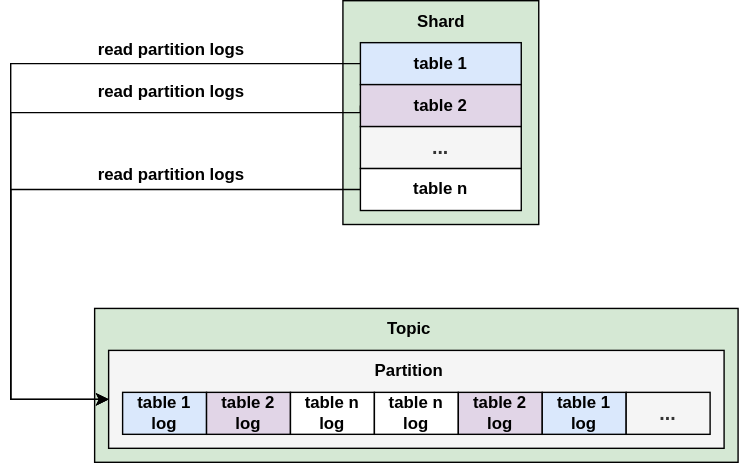
Before: kafkawal.drawio.svg, a diagram exported from draw.io (Rachelint/drawio-store). Source tidied: cells renumbered, new cells last; positions are measured from the earlier drawing's top-left corner, leaving out a move shared by most shapes.
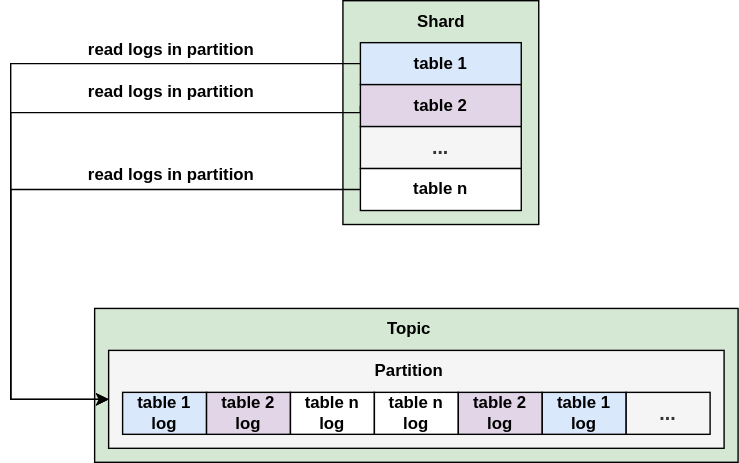
The same file after the commit.

Diff of the diagram source:
```diff
@@ -38,7 +38,7 @@
     <mxCell id="13" value="Topic" style="text;html=1;strokeColor=none;fillColor=none;align=center;verticalAlign=middle;whiteSpace=wrap;rounded=0;fontStyle=1;" parent="1" vertex="1">
       <mxGeometry x="255" y="220" width="60" height="30" as="geometry" />
     </mxCell>
-    <mxCell id="14" value="read partition logs" style="text;html=1;strokeColor=none;fillColor=none;align=center;verticalAlign=middle;whiteSpace=wrap;rounded=0;fontStyle=1;" parent="1" vertex="1">
+    <mxCell id="14" value="read logs in partition" style="text;html=1;strokeColor=none;fillColor=none;align=center;verticalAlign=middle;whiteSpace=wrap;rounded=0;fontStyle=1;" parent="1" vertex="1">
       <mxGeometry x="40" y="20" width="150" height="30" as="geometry" />
     </mxCell>
     <mxCell id="15" style="edgeStyle=orthogonalEdgeStyle;rounded=0;jettySize=auto;html=1;exitX=0;exitY=0.5;exitDx=0;exitDy=0;entryX=0;entryY=0.5;entryDx=0;entryDy=0;fontStyle=1;" parent="1" edge="1" source="16" target="4">
@@ -80,10 +80,10 @@
     <mxCell id="22" value="Shard" style="text;html=1;strokeColor=none;fillColor=none;align=center;verticalAlign=middle;whiteSpace=wrap;rounded=0;fontStyle=1;" parent="1" vertex="1">
       <mxGeometry x="278" width="60" height="30" as="geometry" />
     </mxCell>
-    <mxCell id="23" value="read partition logs" style="text;html=1;strokeColor=none;fillColor=none;align=center;verticalAlign=middle;whiteSpace=wrap;rounded=0;fontStyle=1;" parent="1" vertex="1">
+    <mxCell id="23" value="read logs in partition" style="text;html=1;strokeColor=none;fillColor=none;align=center;verticalAlign=middle;whiteSpace=wrap;rounded=0;fontStyle=1;" parent="1" vertex="1">
       <mxGeometry x="40" y="50" width="150" height="30" as="geometry" />
     </mxCell>
-    <mxCell id="24" value="read partition logs" style="text;html=1;strokeColor=none;fillColor=none;align=center;verticalAlign=middle;whiteSpace=wrap;rounded=0;fontStyle=1;" parent="1" vertex="1">
+    <mxCell id="24" value="read logs in partition" style="text;html=1;strokeColor=none;fillColor=none;align=center;verticalAlign=middle;whiteSpace=wrap;rounded=0;fontStyle=1;" parent="1" vertex="1">
       <mxGeometry x="40" y="110" width="150" height="30" as="geometry" />
     </mxCell>
   </root>
```
